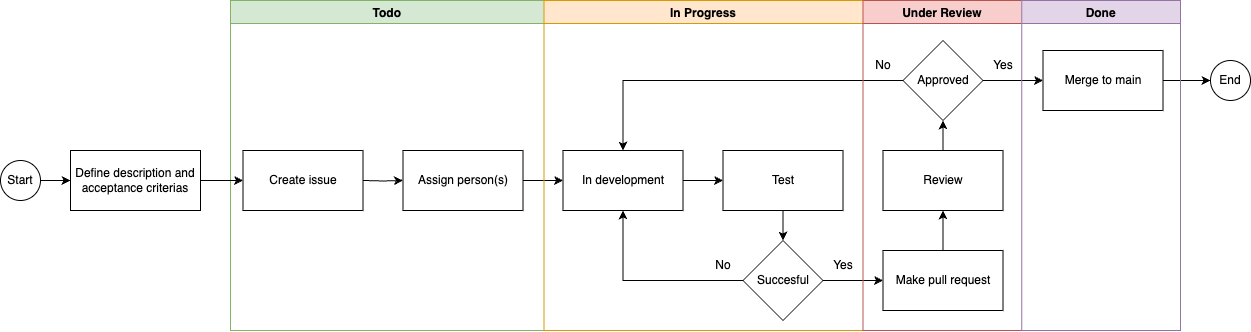
Above: docs/images/ProjectBoard.png in ITU-BDSA2024-GROUP2/Chirp (draw.io), before the change. Source tidied: cells renumbered, new cells last; positions are measured from the earlier drawing's top-left corner, leaving out a move shared by most shapes.
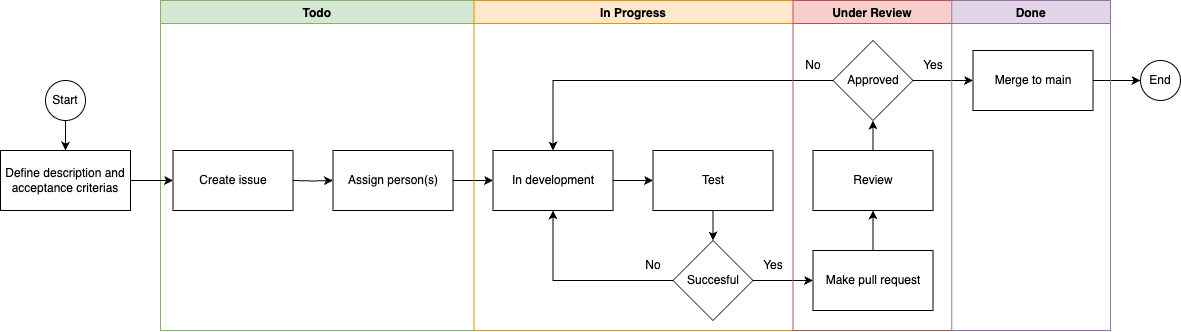
The same file after the commit.

Diff of the diagram source:
```diff
@@ -94,11 +94,11 @@
     <mxCell id="31" value="Define description and acceptance criterias" style="rounded=0;whiteSpace=wrap;html=1;" parent="1" vertex="1">
       <mxGeometry x="70" y="150" width="130" height="60" as="geometry" />
     </mxCell>
-    <mxCell id="32" style="edgeStyle=orthogonalEdgeStyle;rounded=0;jettySize=auto;html=1;exitX=1;exitY=0.5;exitDx=0;exitDy=0;entryX=0;entryY=0.5;entryDx=0;entryDy=0;" parent="1" edge="1" source="33" target="31">
+    <mxCell id="32" style="edgeStyle=orthogonalEdgeStyle;rounded=0;jettySize=auto;html=1;exitX=0.5;exitY=1;exitDx=0;exitDy=0;entryX=0.5;entryY=0;entryDx=0;entryDy=0;" parent="1" edge="1" source="33" target="31">
       <mxGeometry relative="1" as="geometry" />
     </mxCell>
     <mxCell id="33" value="Start" style="ellipse;whiteSpace=wrap;html=1;" parent="1" vertex="1">
-      <mxGeometry y="160" width="40" height="40" as="geometry" />
+      <mxGeometry x="115" y="80" width="40" height="40" as="geometry" />
     </mxCell>
     <mxCell id="34" value="End" style="ellipse;whiteSpace=wrap;html=1;" parent="1" vertex="1">
       <mxGeometry x="1210" y="60" width="40" height="40" as="geometry" />
```
